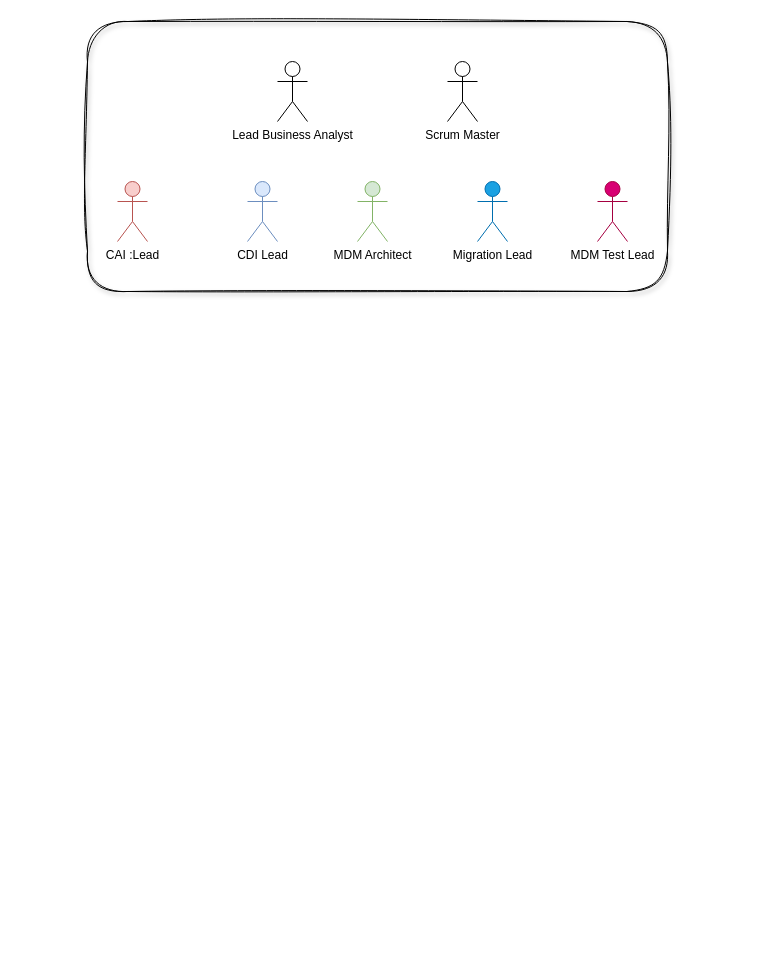
Earlier version of the draw.io diagram Deloitte-Guild-Proposal.drawio (biswarup81/drawings). Source tidied: cells renumbered, new cells numbered last; positions are measured from the earlier drawing's top-left corner, leaving out a move shared by most shapes. Both pictures are drawn from the tidied source at 100%, with x=0, y=0 at pixel (87, 21).
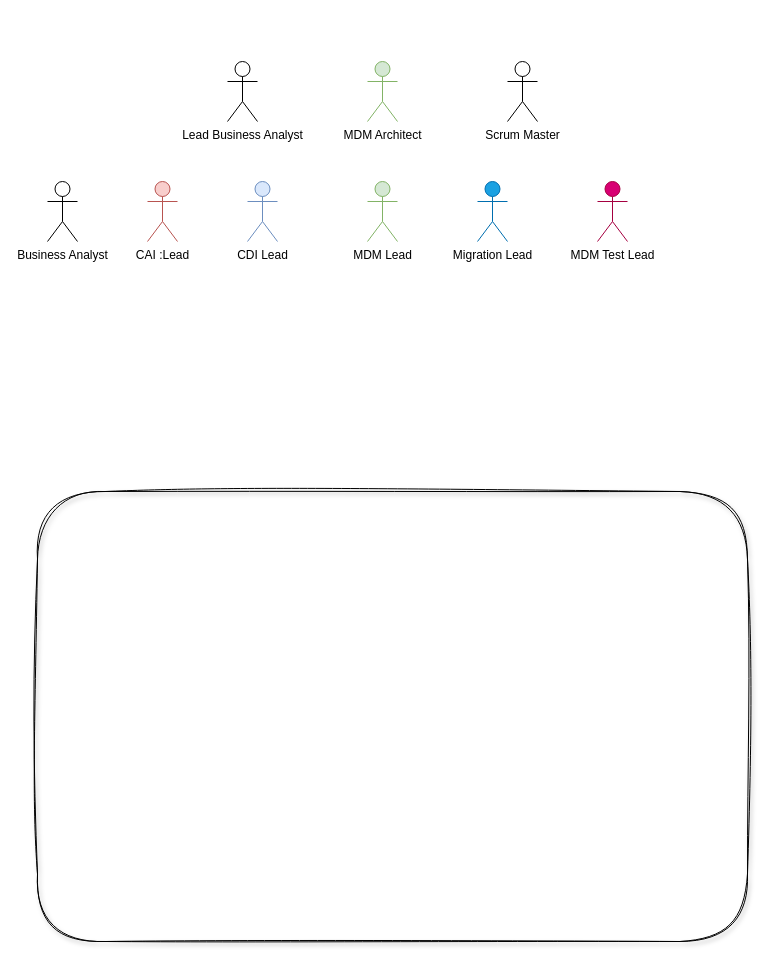
After the change.

Change to the diagram source:
```diff
@@
 <mxGraphModel>
   <root>
     <mxCell id="0" />
     <mxCell id="1" parent="0" />
     <mxCell id="2" value="CAI :Lead" style="shape=umlActor;verticalLabelPosition=bottom;verticalAlign=top;html=1;fillColor=#f8cecc;strokeColor=#b85450;" parent="1" vertex="1">
-      <mxGeometry x="30" y="160" width="30" height="60" as="geometry" />
+      <mxGeometry x="60" y="160" width="30" height="60" as="geometry" />
     </mxCell>
     <mxCell id="3" value="CDI Lead" style="shape=umlActor;verticalLabelPosition=bottom;verticalAlign=top;html=1;fillColor=#dae8fc;strokeColor=#6c8ebf;" parent="1" vertex="1">
       <mxGeometry x="160" y="160" width="30" height="60" as="geometry" />
     </mxCell>
-    <mxCell id="4" value="MDM Architect" style="shape=umlActor;verticalLabelPosition=bottom;verticalAlign=top;html=1;fillColor=#d5e8d4;strokeColor=#82b366;" parent="1" vertex="1">
-      <mxGeometry x="270" y="160" width="30" height="60" as="geometry" />
+    <mxCell id="4" value="MDM Lead" style="shape=umlActor;verticalLabelPosition=bottom;verticalAlign=top;html=1;fillColor=#d5e8d4;strokeColor=#82b366;" parent="1" vertex="1">
+      <mxGeometry x="280" y="160" width="30" height="60" as="geometry" />
     </mxCell>
     <mxCell id="5" value="&lt;font color=&quot;#000000&quot;&gt;Migration Lead&lt;/font&gt;" style="shape=umlActor;verticalLabelPosition=bottom;verticalAlign=top;html=1;fillColor=#1ba1e2;fontColor=#ffffff;strokeColor=#006EAF;" parent="1" vertex="1">
       <mxGeometry x="390" y="160" width="30" height="60" as="geometry" />
     </mxCell>
     <mxCell id="6" value="&lt;font color=&quot;#000000&quot;&gt;MDM Test Lead&lt;/font&gt;" style="shape=umlActor;verticalLabelPosition=bottom;verticalAlign=top;html=1;fillColor=#d80073;fontColor=#ffffff;strokeColor=#A50040;" parent="1" vertex="1">
       <mxGeometry x="510" y="160" width="30" height="60" as="geometry" />
     </mxCell>
+    <mxCell id="9" style="rounded=1;whiteSpace=wrap;html=1;fillColor=none;sketch=1;curveFitting=1;jiggle=2;shadow=1;glass=1;" parent="1" vertex="1">
+      <mxGeometry x="-50" y="470" width="710" height="450" as="geometry" />
+    </mxCell>
     <mxCell id="7" value="Lead Business Analyst" style="shape=umlActor;verticalLabelPosition=bottom;verticalAlign=top;html=1;" parent="1" vertex="1">
-      <mxGeometry x="190" y="40" width="30" height="60" as="geometry" />
+      <mxGeometry x="140" y="40" width="30" height="60" as="geometry" />
     </mxCell>
     <mxCell id="8" value="Scrum Master" style="shape=umlActor;verticalLabelPosition=bottom;verticalAlign=top;html=1;" parent="1" vertex="1">
-      <mxGeometry x="360" y="40" width="30" height="60" as="geometry" />
+      <mxGeometry x="420" y="40" width="30" height="60" as="geometry" />
     </mxCell>
-    <mxCell id="9" style="rounded=1;whiteSpace=wrap;html=1;fillColor=none;sketch=1;curveFitting=1;jiggle=2;shadow=1;glass=1;" parent="1" vertex="1">
-      <mxGeometry width="580" height="270" as="geometry" />
-    </mxCell>
+    <mxCell id="10" value="MDM Architect" style="shape=umlActor;verticalLabelPosition=bottom;verticalAlign=top;html=1;fillColor=#d5e8d4;strokeColor=#82b366;" parent="1" vertex="1">
+      <mxGeometry x="280" y="40" width="30" height="60" as="geometry" />
+    </mxCell>
+    <mxCell id="11" value="Business Analyst" style="shape=umlActor;verticalLabelPosition=bottom;verticalAlign=top;html=1;" parent="1" vertex="1">
+      <mxGeometry x="-40" y="160" width="30" height="60" as="geometry" />
+    </mxCell>
   </root>
 </mxGraphModel>
```
